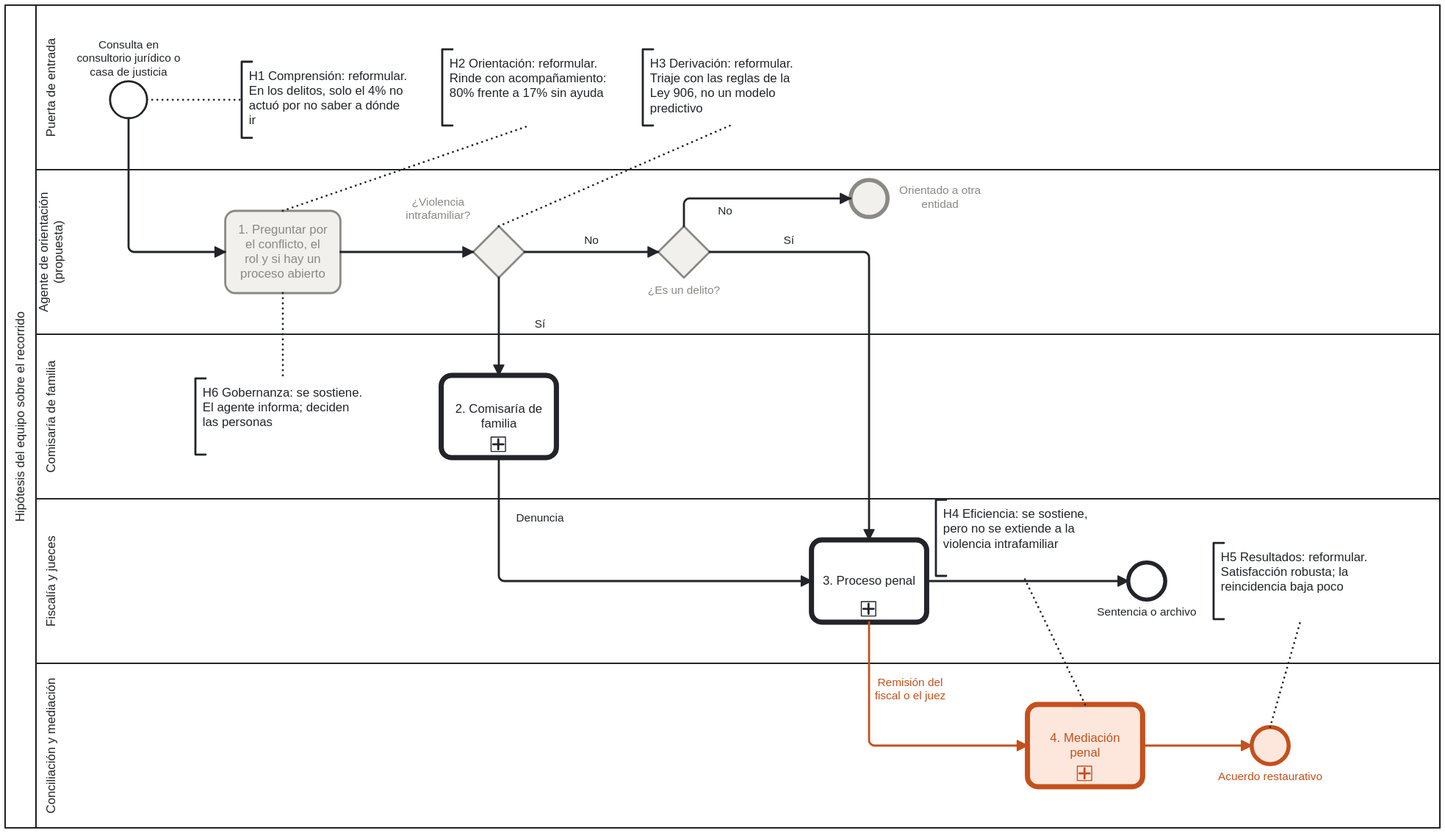
The BPMN diagram figuras/hipotesis.svg in fsotosa-ops/justicia-restaurativa, before a commit. Its source is kept beside it as procesos/hipotesis.bpmn. Ids are renumbered.
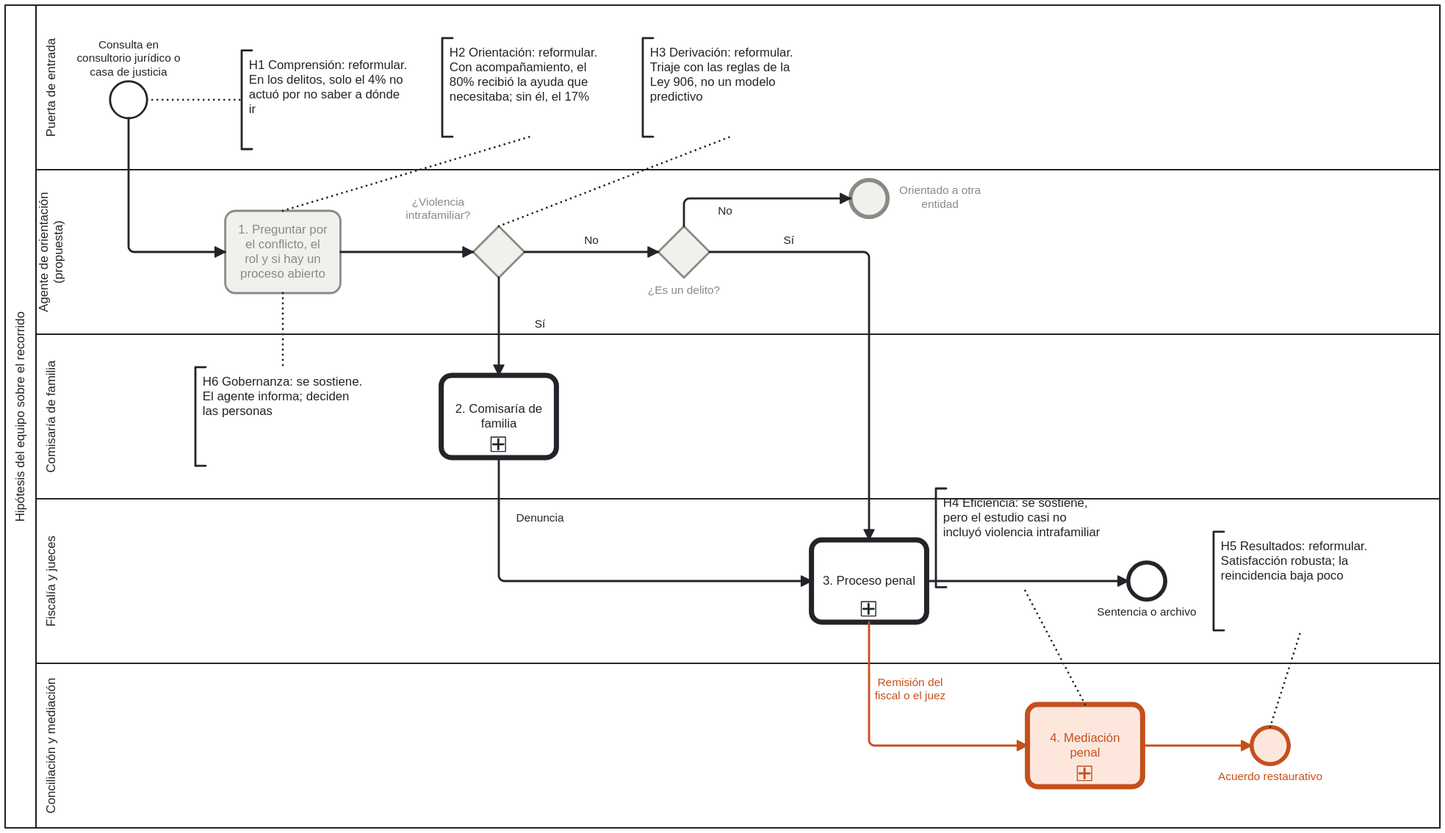
The same file after the commit.

What changed in the source:
```diff
@@ -66,10 +66,10 @@
       <bpmn:incoming>f9</bpmn:incoming>
     </bpmn:endEvent>
     <bpmn:textAnnotation id="h1"><bpmn:text>H1 Comprensión: reformular. En los delitos, solo el 4% no actuó por no saber a dónde ir</bpmn:text></bpmn:textAnnotation>
-    <bpmn:textAnnotation id="h2"><bpmn:text>H2 Orientación: reformular. Rinde con acompañamiento: 80% frente a 17% sin ayuda</bpmn:text></bpmn:textAnnotation>
+    <bpmn:textAnnotation id="h2"><bpmn:text>H2 Orientación: reformular. Con acompañamiento, el 80% recibió la ayuda que necesitaba; sin él, el 17%</bpmn:text></bpmn:textAnnotation>
     <bpmn:textAnnotation id="h3"><bpmn:text>H3 Derivación: reformular. Triaje con las reglas de la Ley 906, no un modelo predictivo</bpmn:text></bpmn:textAnnotation>
     <bpmn:textAnnotation id="h6"><bpmn:text>H6 Gobernanza: se sostiene. El agente informa; deciden las personas</bpmn:text></bpmn:textAnnotation>
-    <bpmn:textAnnotation id="h4"><bpmn:text>H4 Eficiencia: se sostiene, pero no se extiende a la violencia intrafamiliar</bpmn:text></bpmn:textAnnotation>
+    <bpmn:textAnnotation id="h4"><bpmn:text>H4 Eficiencia: se sostiene, pero el estudio casi no incluyó violencia intrafamiliar</bpmn:text></bpmn:textAnnotation>
     <bpmn:textAnnotation id="h5"><bpmn:text>H5 Resultados: reformular. Satisfacción robusta; la reincidencia baja poco</bpmn:text></bpmn:textAnnotation>
     <bpmn:sequenceFlow id="f0" sourceRef="inicio" targetRef="a1"/>
     <bpmn:sequenceFlow id="f1" sourceRef="a1" targetRef="gB"/>
@@ -122,17 +122,17 @@
       <bpmndi:BPMNShape id="s_fin_m" bpmnElement="fin_m" bioc:stroke="#c4501c" bioc:fill="#fde6dc" color:border-color="#c4501c" color:background-color="#fde6dc"><dc:Bounds x="1212" y="702" width="36" height="36"/>
         <bpmndi:BPMNLabel><dc:Bounds x="1175" y="744" width="110" height="28"/></bpmndi:BPMNLabel>
       </bpmndi:BPMNShape>
-      <bpmndi:BPMNShape id="s_h1" bpmnElement="h1"><dc:Bounds x="230" y="55" width="170" height="74"/>
+      <bpmndi:BPMNShape id="s_h1" bpmnElement="h1"><dc:Bounds x="230" y="44" width="170" height="96"/>
       </bpmndi:BPMNShape>
-      <bpmndi:BPMNShape id="s_h2" bpmnElement="h2"><dc:Bounds x="425" y="43" width="170" height="74"/>
+      <bpmndi:BPMNShape id="s_h2" bpmnElement="h2"><dc:Bounds x="425" y="32" width="170" height="96"/>
       </bpmndi:BPMNShape>
-      <bpmndi:BPMNShape id="s_h3" bpmnElement="h3"><dc:Bounds x="620" y="43" width="170" height="74"/>
+      <bpmndi:BPMNShape id="s_h3" bpmnElement="h3"><dc:Bounds x="620" y="32" width="170" height="96"/>
       </bpmndi:BPMNShape>
-      <bpmndi:BPMNShape id="s_h6" bpmnElement="h6"><dc:Bounds x="185" y="363" width="170" height="74"/>
+      <bpmndi:BPMNShape id="s_h6" bpmnElement="h6"><dc:Bounds x="185" y="352" width="170" height="96"/>
       </bpmndi:BPMNShape>
-      <bpmndi:BPMNShape id="s_h4" bpmnElement="h4"><dc:Bounds x="905" y="481" width="170" height="74"/>
+      <bpmndi:BPMNShape id="s_h4" bpmnElement="h4"><dc:Bounds x="905" y="470" width="170" height="96"/>
       </bpmndi:BPMNShape>
-      <bpmndi:BPMNShape id="s_h5" bpmnElement="h5"><dc:Bounds x="1175" y="523" width="170" height="74"/>
+      <bpmndi:BPMNShape id="s_h5" bpmnElement="h5"><dc:Bounds x="1175" y="512" width="170" height="96"/>
       </bpmndi:BPMNShape>
       <bpmndi:BPMNEdge id="e_f0" bpmnElement="f0"><di:waypoint x="120" y="110"/><di:waypoint x="120" y="240"/><di:waypoint x="214" y="240"/></bpmndi:BPMNEdge>
       <bpmndi:BPMNEdge id="e_f1" bpmnElement="f1"><di:waypoint x="326" y="240"/><di:waypoint x="455" y="240"/></bpmndi:BPMNEdge>
@@ -145,11 +145,11 @@
       <bpmndi:BPMNEdge id="e_f8" bpmnElement="f8"><di:waypoint x="896" y="560"/><di:waypoint x="1092" y="560"/></bpmndi:BPMNEdge>
       <bpmndi:BPMNEdge id="e_f9" bpmnElement="f9" bioc:stroke="#c4501c" color:border-color="#c4501c"><di:waypoint x="1106" y="720"/><di:waypoint x="1212" y="720"/></bpmndi:BPMNEdge>
       <bpmndi:BPMNEdge id="e_asoc0" bpmnElement="asoc0"><di:waypoint x="138" y="92"/><di:waypoint x="230" y="92"/></bpmndi:BPMNEdge>
-      <bpmndi:BPMNEdge id="e_asoc1" bpmnElement="asoc1"><di:waypoint x="270" y="200"/><di:waypoint x="510" y="117"/></bpmndi:BPMNEdge>
-      <bpmndi:BPMNEdge id="e_asoc2" bpmnElement="asoc2"><di:waypoint x="480" y="215"/><di:waypoint x="705" y="117"/></bpmndi:BPMNEdge>
-      <bpmndi:BPMNEdge id="e_asoc3" bpmnElement="asoc3"><di:waypoint x="270" y="280"/><di:waypoint x="270" y="363"/></bpmndi:BPMNEdge>
-      <bpmndi:BPMNEdge id="e_asoc4" bpmnElement="asoc4"><di:waypoint x="1050" y="680"/><di:waypoint x="990" y="555"/></bpmndi:BPMNEdge>
-      <bpmndi:BPMNEdge id="e_asoc5" bpmnElement="asoc5"><di:waypoint x="1230" y="702"/><di:waypoint x="1260" y="597"/></bpmndi:BPMNEdge>
+      <bpmndi:BPMNEdge id="e_asoc1" bpmnElement="asoc1"><di:waypoint x="270" y="200"/><di:waypoint x="510" y="128"/></bpmndi:BPMNEdge>
+      <bpmndi:BPMNEdge id="e_asoc2" bpmnElement="asoc2"><di:waypoint x="480" y="215"/><di:waypoint x="705" y="128"/></bpmndi:BPMNEdge>
+      <bpmndi:BPMNEdge id="e_asoc3" bpmnElement="asoc3"><di:waypoint x="270" y="280"/><di:waypoint x="270" y="352"/></bpmndi:BPMNEdge>
+      <bpmndi:BPMNEdge id="e_asoc4" bpmnElement="asoc4"><di:waypoint x="1050" y="680"/><di:waypoint x="990" y="566"/></bpmndi:BPMNEdge>
+      <bpmndi:BPMNEdge id="e_asoc5" bpmnElement="asoc5"><di:waypoint x="1230" y="702"/><di:waypoint x="1260" y="608"/></bpmndi:BPMNEdge>
     </bpmndi:BPMNPlane>
   </bpmndi:BPMNDiagram>
 </bpmn:definitions>
```
